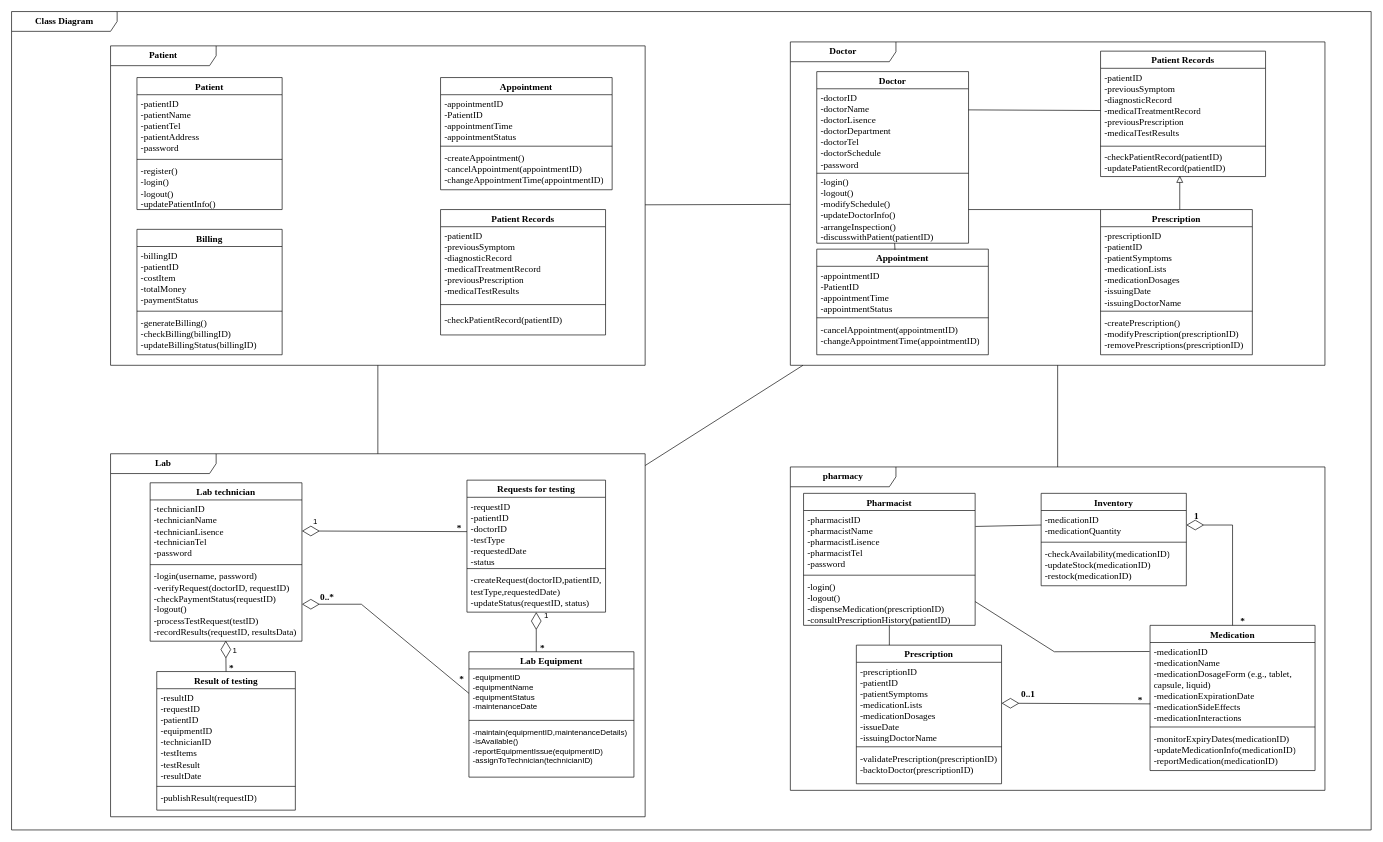
The draw.io diagram Class Diagram.drawio in FOMOKN/Software-Engineering, before the edit. Source tidied: cells renumbered, new cells numbered last; positions are measured from the earlier drawing's top-left corner, leaving out a move shared by most shapes. Both pictures are drawn from the tidied source at 66%, with x=0, y=0 at pixel (11, 11).
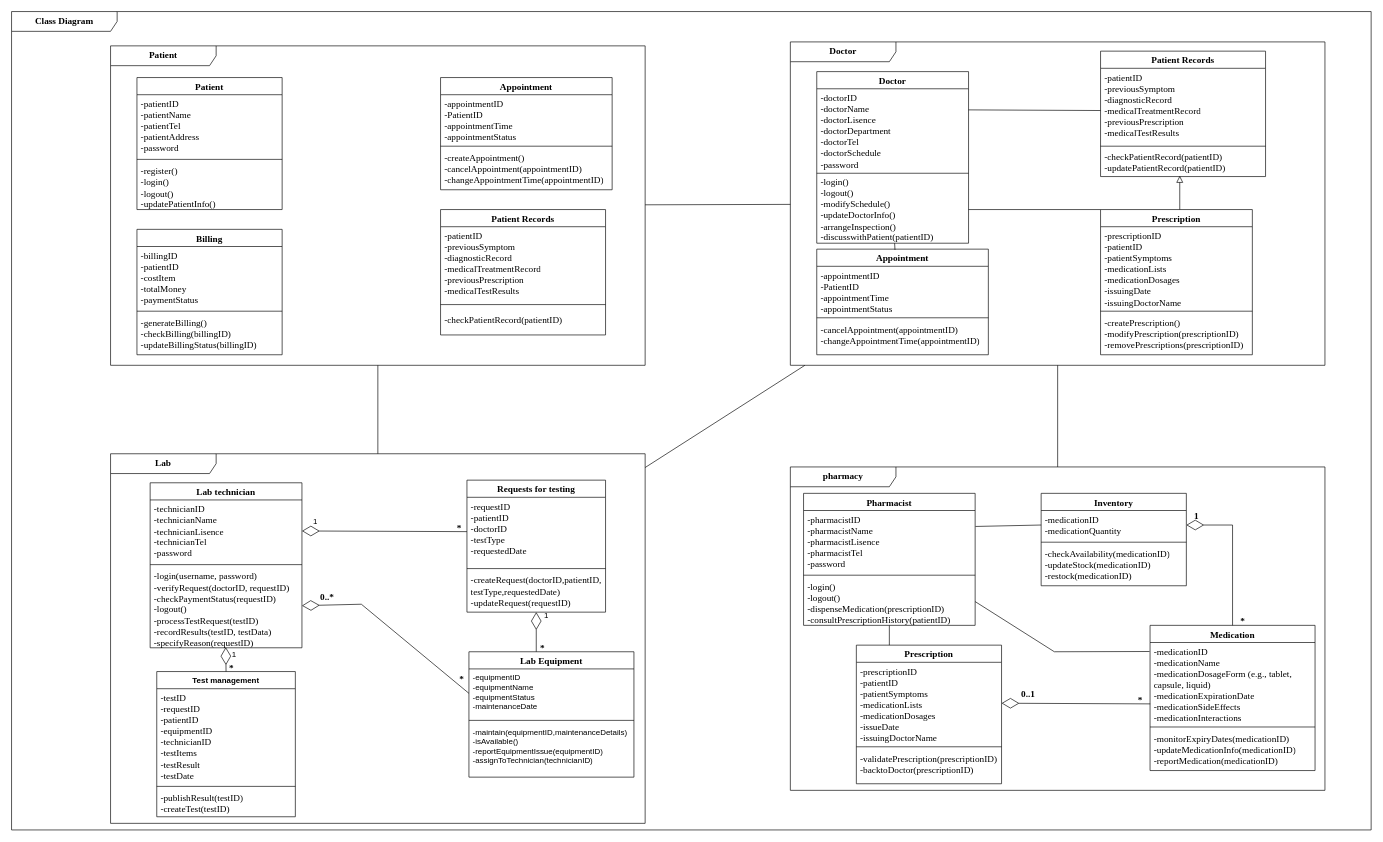
After the change.

Unchanged cells that the change refers to:
```xml
<mxCell id="2" value="&lt;font style=&quot;font-size: 14px;&quot; face=&quot;Times New Roman&quot;&gt;&lt;b&gt;Class Diagram&lt;/b&gt;&lt;/font&gt;" style="shape=umlFrame;whiteSpace=wrap;html=1;width=160;" parent="1" vertex="1">
  <mxGeometry width="2060" height="1240" as="geometry" />
</mxCell>
<mxCell id="81" value="&lt;font style=&quot;font-size: 14px;&quot; face=&quot;Times New Roman&quot;&gt;Requests for testing&lt;/font&gt;" style="swimlane;fontStyle=1;align=center;verticalAlign=top;horizontal=1;startSize=26;whiteSpace=wrap;html=1;" parent="2" vertex="1">
  <mxGeometry x="690" y="710" width="210" height="200" as="geometry" />
</mxCell>
```

What changed in the source:
```diff
@@
     <mxCell id="71" value="&lt;b&gt;&lt;font face=&quot;Times New Roman&quot; style=&quot;font-size: 14px;&quot;&gt;Lab&lt;/font&gt;&lt;/b&gt;" style="shape=umlFrame;whiteSpace=wrap;html=1;width=160;" parent="2" vertex="1">
-      <mxGeometry x="150" y="670" width="810" height="550" as="geometry" />
+      <mxGeometry x="150" y="670" width="810" height="560" as="geometry" />
     </mxCell>
@@
     <mxCell id="76" value="1" style="text;html=1;align=center;verticalAlign=middle;strokeColor=none;fillColor=none;" parent="71" vertex="1">
-      <mxGeometry x="173" y="283" width="30" height="30" as="geometry" />
+      <mxGeometry x="172" y="289" width="30" height="30" as="geometry" />
     </mxCell>
-    <mxCell id="77" value="&lt;font face=&quot;Times New Roman&quot;&gt;&lt;span style=&quot;font-size: 14px;&quot;&gt;Result of testing&lt;/span&gt;&lt;/font&gt;" style="swimlane;fontStyle=1;align=center;verticalAlign=top;horizontal=1;startSize=26;whiteSpace=wrap;html=1;" parent="71" vertex="1">
-      <mxGeometry x="70" y="330" width="210" height="210" as="geometry" />
+    <mxCell id="77" value="Test management" style="swimlane;fontStyle=1;align=center;verticalAlign=top;horizontal=1;startSize=26;whiteSpace=wrap;html=1;" parent="71" vertex="1">
+      <mxGeometry x="70" y="330" width="210" height="220" as="geometry" />
     </mxCell>
-    <mxCell id="78" value="-resultID&lt;br&gt;-requestID&lt;br style=&quot;font-size: 14px;&quot;&gt;-patientID&lt;br&gt;-equipmentID&lt;br&gt;-technicianID&lt;br&gt;-testItems&lt;br style=&quot;font-size: 14px;&quot;&gt;-testResult&lt;br&gt;-resultDate" style="text;strokeColor=none;fillColor=none;align=left;verticalAlign=top;spacingLeft=4;spacingRight=4;overflow=hidden;whiteSpace=wrap;html=1;fontFamily=Times New Roman;fontSize=14;" parent="77" vertex="1">
+    <mxCell id="78" value="-testID&lt;br&gt;-requestID&lt;br style=&quot;font-size: 14px;&quot;&gt;-patientID&lt;br&gt;-equipmentID&lt;br&gt;-technicianID&lt;br&gt;-testItems&lt;br style=&quot;font-size: 14px;&quot;&gt;-testResult&lt;br&gt;-testDate" style="text;strokeColor=none;fillColor=none;align=left;verticalAlign=top;spacingLeft=4;spacingRight=4;overflow=hidden;whiteSpace=wrap;html=1;fontFamily=Times New Roman;fontSize=14;" parent="77" vertex="1">
       <mxGeometry y="26" width="210" height="144" as="geometry" />
     </mxCell>
@@
-    <mxCell id="80" value="-publishResult(requestID)" style="text;strokeColor=none;fillColor=none;align=left;verticalAlign=top;spacingLeft=4;spacingRight=4;overflow=hidden;whiteSpace=wrap;html=1;fontFamily=Times New Roman;fontSize=14;" parent="77" vertex="1">
-      <mxGeometry y="178" width="210" height="32" as="geometry" />
+    <mxCell id="80" value="-publishResult(testID)&lt;br&gt;-createTest(testID)" style="text;strokeColor=none;fillColor=none;align=left;verticalAlign=top;spacingLeft=4;spacingRight=4;overflow=hidden;whiteSpace=wrap;html=1;fontFamily=Times New Roman;fontSize=14;" parent="77" vertex="1">
+      <mxGeometry y="178" width="210" height="42" as="geometry" />
     </mxCell>
@@
-    <mxCell id="82" value="-requestID&lt;br&gt;-patientID&lt;br&gt;-doctorID&lt;br style=&quot;border-color: var(--border-color);&quot;&gt;-testType&lt;br&gt;-requestedDate&lt;br&gt;-status" style="text;strokeColor=none;fillColor=none;align=left;verticalAlign=top;spacingLeft=4;spacingRight=4;overflow=hidden;points=[[0,0.5],[1,0.5]];portConstraint=eastwest;whiteSpace=wrap;html=1;fontFamily=Times New Roman;fontSize=14;" parent="81" vertex="1">
+    <mxCell id="82" value="-requestID&lt;br&gt;-patientID&lt;br&gt;-doctorID&lt;br style=&quot;border-color: var(--border-color);&quot;&gt;-testType&lt;br&gt;-requestedDate" style="text;strokeColor=none;fillColor=none;align=left;verticalAlign=top;spacingLeft=4;spacingRight=4;overflow=hidden;points=[[0,0.5],[1,0.5]];portConstraint=eastwest;whiteSpace=wrap;html=1;fontFamily=Times New Roman;fontSize=14;" parent="81" vertex="1">
       <mxGeometry y="26" width="210" height="104" as="geometry" />
     </mxCell>
@@
-    <mxCell id="84" value="-createRequest(doctorID,patientID,&lt;br&gt;testType,requestedDate)&lt;br style=&quot;font-size: 14px;&quot;&gt;-updateStatus(requestID, status)" style="text;strokeColor=none;fillColor=none;align=left;verticalAlign=top;spacingLeft=4;spacingRight=4;overflow=hidden;points=[[0,0.5],[1,0.5]];portConstraint=eastwest;whiteSpace=wrap;html=1;fontFamily=Times New Roman;fontSize=14;" parent="81" vertex="1">
+    <mxCell id="84" value="-createRequest(doctorID,patientID,&lt;br&gt;testType,requestedDate)&lt;br style=&quot;font-size: 14px;&quot;&gt;-updateRequest(requestID)" style="text;strokeColor=none;fillColor=none;align=left;verticalAlign=top;spacingLeft=4;spacingRight=4;overflow=hidden;points=[[0,0.5],[1,0.5]];portConstraint=eastwest;whiteSpace=wrap;html=1;fontFamily=Times New Roman;fontSize=14;" parent="81" vertex="1">
       <mxGeometry y="138" width="210" height="62" as="geometry" />
     </mxCell>
@@
     <mxCell id="89" value="&lt;font style=&quot;font-size: 14px;&quot; face=&quot;Times New Roman&quot;&gt;Lab technician&lt;/font&gt;" style="swimlane;fontStyle=1;align=center;verticalAlign=top;horizontal=1;startSize=26;whiteSpace=wrap;html=1;" parent="2" vertex="1">
-      <mxGeometry x="210" y="714" width="230" height="240" as="geometry" />
+      <mxGeometry x="210" y="714" width="230" height="250" as="geometry" />
     </mxCell>
@@
-    <mxCell id="92" value="-login(username, password)&lt;br&gt;-verifyRequest(doctorID, requestID)&lt;br&gt;-checkPaymentStatus(requestID)&lt;br style=&quot;font-size: 14px;&quot;&gt;-logout()&lt;br&gt;&lt;div&gt;-processTestRequest(testID)&lt;/div&gt;-recordResults(requestID, resultsData)" style="text;strokeColor=none;fillColor=none;align=left;verticalAlign=top;spacingLeft=4;spacingRight=4;overflow=hidden;points=[[0,0.5],[1,0.5]];portConstraint=eastwest;whiteSpace=wrap;html=1;fontFamily=Times New Roman;fontSize=14;" parent="89" vertex="1">
-      <mxGeometry y="128" width="230" height="112" as="geometry" />
+    <mxCell id="92" value="-login(username, password)&lt;br&gt;-verifyRequest(doctorID, requestID)&lt;br&gt;-checkPaymentStatus(requestID)&lt;br style=&quot;font-size: 14px;&quot;&gt;-logout()&lt;br&gt;&lt;div&gt;-processTestRequest(testID)&lt;/div&gt;-recordResults(testID, testData)&lt;br&gt;-specifyReason(requestID)" style="text;strokeColor=none;fillColor=none;align=left;verticalAlign=top;spacingLeft=4;spacingRight=4;overflow=hidden;points=[[0,0.5],[1,0.5]];portConstraint=eastwest;whiteSpace=wrap;html=1;fontFamily=Times New Roman;fontSize=14;" parent="89" vertex="1">
+      <mxGeometry y="128" width="230" height="122" as="geometry" />
     </mxCell>
```
